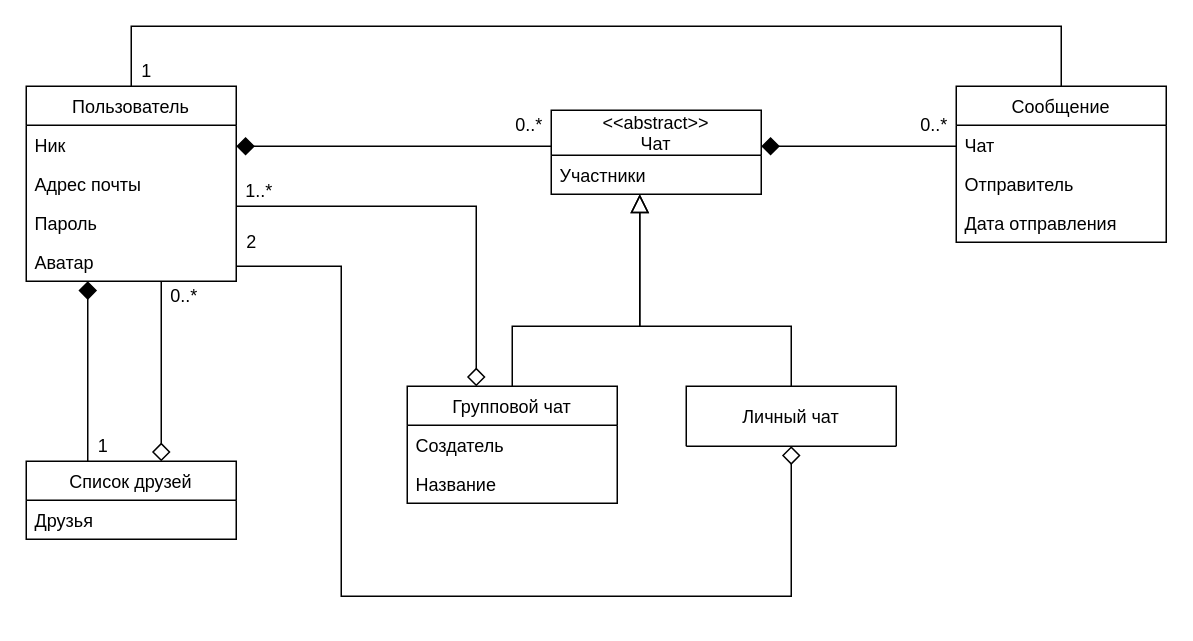
Before: Diagrams/Untitled Diagram.drawio in vishIGOR/CringeChatDiagrams, a draw.io diagram. Source tidied: cells renumbered, new cells numbered last; positions are measured from the earlier drawing's top-left corner, leaving out a move shared by most shapes. Both pictures are drawn from the tidied source at 150%, with x=0, y=0 at pixel (26, 26).
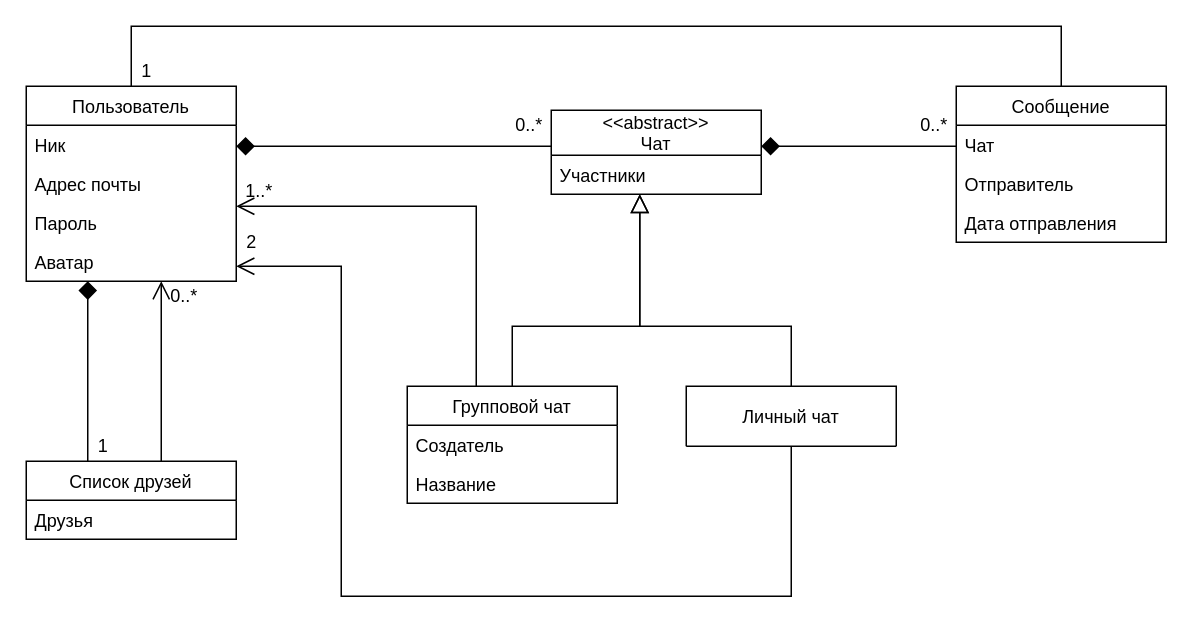
After the change.

Unchanged cells that the change refers to:
```xml
<mxCell id="3" value="Пользователь" style="swimlane;fontStyle=0;horizontal=1;startSize=26;fillColor=none;" parent="1" vertex="1">
  <mxGeometry y="40" width="140" height="130" as="geometry" />
</mxCell>
<mxCell id="12" value="Список друзей" style="swimlane;fontStyle=0;horizontal=1;startSize=26;fillColor=none;" parent="1" vertex="1">
  <mxGeometry y="290" width="140" height="52" as="geometry" />
</mxCell>
<mxCell id="27" value="Групповой чат" style="swimlane;fontStyle=0;horizontal=1;startSize=26;fillColor=none;" parent="1" vertex="1">
  <mxGeometry x="254" y="240" width="140" height="78" as="geometry" />
</mxCell>
<mxCell id="32" value="Личный чат" style="swimlane;fontStyle=0;horizontal=1;startSize=50;fillColor=none;" parent="1" vertex="1">
  <mxGeometry x="440" y="240" width="140" height="40" as="geometry" />
</mxCell>
```

Diff of the diagram source:
```diff
@@
-    <mxCell id="11" style="edgeStyle=orthogonalEdgeStyle;rounded=0;jettySize=auto;html=1;startArrow=diamond;startFill=0;endArrow=none;endFill=0;startSize=10;endSize=10;" parent="1" edge="1" source="12" target="3">
+    <mxCell id="11" style="edgeStyle=orthogonalEdgeStyle;rounded=0;jettySize=auto;html=1;startArrow=none;startFill=0;endArrow=open;endFill=0;startSize=10;endSize=10;" parent="1" edge="1" source="12" target="3">
       <mxGeometry relative="1" as="geometry">
         <Array as="points">
           <mxPoint x="90" y="240" />
           <mxPoint x="90" y="240" />
         </Array>
       </mxGeometry>
     </mxCell>
@@
-    <mxCell id="26" style="edgeStyle=orthogonalEdgeStyle;rounded=0;jettySize=auto;html=1;startArrow=diamond;startFill=0;endArrow=none;endFill=0;startSize=10;endSize=10;" parent="1" edge="1" source="27" target="3">
+    <mxCell id="26" style="edgeStyle=orthogonalEdgeStyle;rounded=0;jettySize=auto;html=1;startArrow=none;startFill=0;endArrow=open;endFill=0;startSize=10;endSize=10;" parent="1" edge="1" source="27" target="3">
       <mxGeometry relative="1" as="geometry">
         <Array as="points">
           <mxPoint x="300" y="120" />
         </Array>
       </mxGeometry>
     </mxCell>
@@
-    <mxCell id="31" style="edgeStyle=orthogonalEdgeStyle;rounded=0;jettySize=auto;html=1;startArrow=diamond;startFill=0;endArrow=none;endFill=0;startSize=10;endSize=10;" parent="1" edge="1" source="32" target="3">
+    <mxCell id="31" style="edgeStyle=orthogonalEdgeStyle;rounded=0;jettySize=auto;html=1;startArrow=none;startFill=0;endArrow=open;endFill=0;startSize=10;endSize=10;" parent="1" edge="1" source="32" target="3">
       <mxGeometry relative="1" as="geometry">
         <Array as="points">
           <mxPoint x="510" y="380" />
           <mxPoint x="210" y="380" />
           <mxPoint x="210" y="160" />
         </Array>
       </mxGeometry>
     </mxCell>
```
